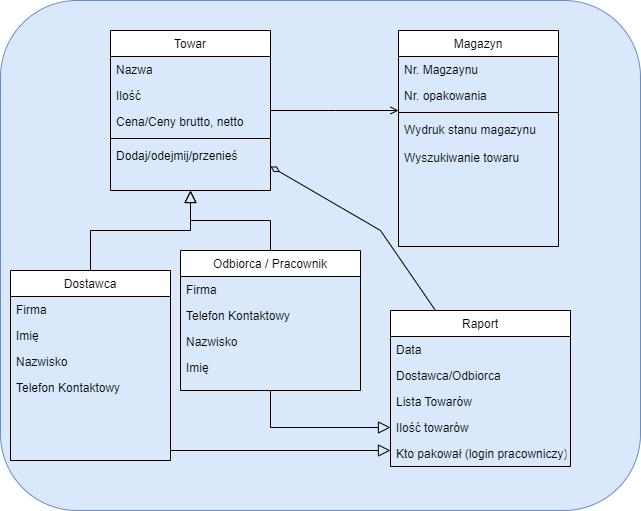
Before: Doc/diag.png, a diagram exported from draw.io (Buczixo/MagazineManagmentProject). Source tidied: cells renumbered, new cells last; positions are measured from the earlier drawing's top-left corner, leaving out a move shared by most shapes.
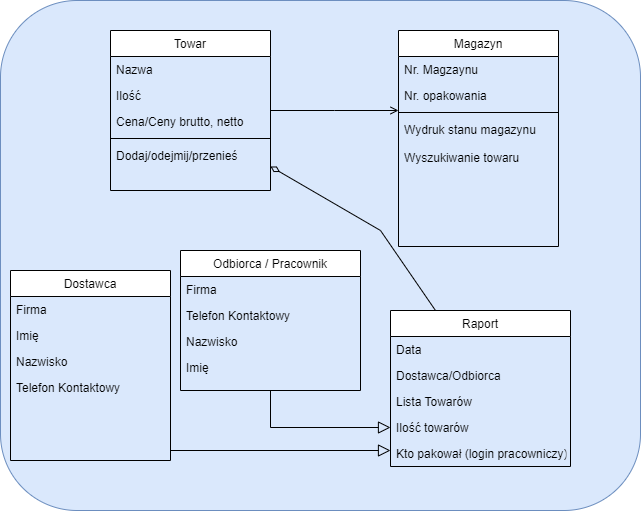
Later version of the same file.

The edit, as a diff of the source:
```diff
@@ -38,9 +38,6 @@
     <mxCell id="13" value="Telefon Kontaktowy" style="text;align=left;verticalAlign=top;spacingLeft=4;spacingRight=4;overflow=hidden;rounded=0;shadow=0;html=0;" parent="9" vertex="1">
       <mxGeometry y="104" width="160" height="26" as="geometry" />
     </mxCell>
-    <mxCell id="14" style="endArrow=block;endSize=10;endFill=0;shadow=0;strokeWidth=1;rounded=0;edgeStyle=elbowEdgeStyle;elbow=vertical;" parent="1" edge="1" source="9" target="3">
-      <mxGeometry relative="1" as="geometry" />
-    </mxCell>
     <mxCell id="15" value="Odbiorca / Pracownik" style="swimlane;fontStyle=0;align=center;verticalAlign=top;horizontal=1;startSize=26;rounded=0;shadow=0;strokeWidth=1;" parent="1" vertex="1">
       <mxGeometry x="180" y="250" width="180" height="140" as="geometry" />
     </mxCell>
@@ -56,9 +53,6 @@
     <mxCell id="19" value="Imię" style="text;align=left;verticalAlign=top;spacingLeft=4;spacingRight=4;overflow=hidden;rounded=0;shadow=0;html=0;" parent="15" vertex="1">
       <mxGeometry y="104" width="180" height="26" as="geometry" />
     </mxCell>
-    <mxCell id="20" style="endArrow=block;endSize=10;endFill=0;shadow=0;strokeWidth=1;rounded=0;edgeStyle=elbowEdgeStyle;elbow=vertical;" parent="1" edge="1" source="15" target="3">
-      <mxGeometry relative="1" as="geometry" />
-    </mxCell>
     <mxCell id="21" value="Magazyn" style="swimlane;fontStyle=0;align=center;verticalAlign=top;horizontal=1;startSize=26;rounded=0;shadow=0;strokeWidth=1;" parent="1" vertex="1">
       <mxGeometry x="398" y="30" width="160" height="216" as="geometry" />
     </mxCell>
```
